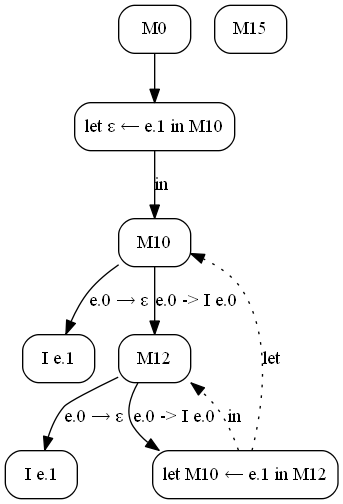
Mazdaywik/mazdaywik.github.io keeps this Graphviz diagram as pics/5220-fib.png. Above is the earlier version. Its source is kept beside it as pics/5220-fib.dot. The source it was exported from:
```dot
digraph {
  node [shape=box, style=rounded];

  M0;
  M1 [label="let ε ← e.1 in M10"];
  M0 -> M1;
  M10;
  M1 -> M10 [label="in"];
  M11 [label="I e.1"];
  M10 -> M11 [label="e.0 → ε"];
  M12;
  M10 -> M12 [label="e.0 -> I e.0"];
  M13 [label="I e.1"];
  M12 -> M13 [label="e.0 → ε"];
  M14 [label="let M10 ← e.1 in M12"];
  M12 -> M14 [label="e.0 -> I e.0"];
  M15;
  M14 -> M10 [label="let", style=dotted];
  M14 -> M12 [label="in", style=dotted];
}
```
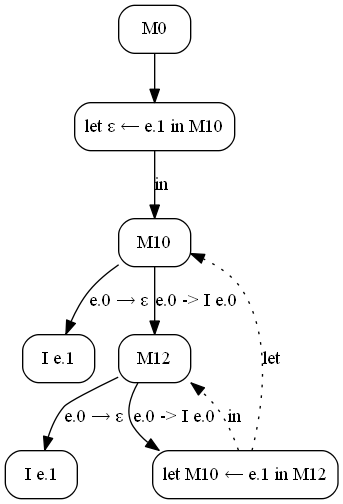
Above is the later version.

Commit message:
Ещё одна опечатка

The edit, as a diff of the source:
```diff
@@ -14,7 +14,6 @@
   M12 -> M13 [label="e.0 → ε"];
   M14 [label="let M10 ← e.1 in M12"];
   M12 -> M14 [label="e.0 -> I e.0"];
-  M15;
   M14 -> M10 [label="let", style=dotted];
   M14 -> M12 [label="in", style=dotted];
 }
```
